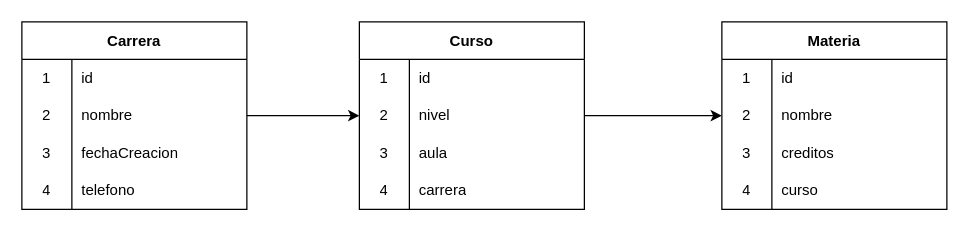
Earlier version of the draw.io diagram universidad.dio (xavii07/universidad-django). Source tidied: cells renumbered, new cells numbered last; positions are measured from the earlier drawing's top-left corner, leaving out a move shared by most shapes. Both pictures are drawn from the tidied source at 125%, with x=0, y=0 at pixel (21, 21).
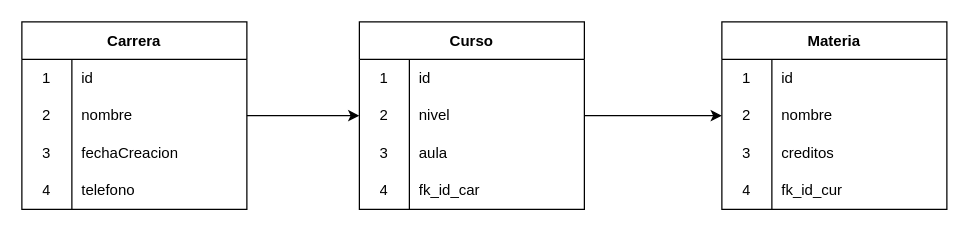
The same page after the edit.

Commit message (it also covers changes not shown here):
feat add model curso

Unchanged cells that the change refers to:
```xml
<mxCell id="25" style="shape=tableRow;horizontal=0;startSize=0;swimlaneHead=0;swimlaneBody=0;top=0;left=0;bottom=0;right=0;fillColor=none;" parent="15" vertex="1">
  <mxGeometry y="120" width="180" height="30" as="geometry" />
</mxCell>
<mxCell id="38" style="shape=tableRow;horizontal=0;startSize=0;swimlaneHead=0;swimlaneBody=0;top=0;left=0;bottom=0;right=0;fillColor=none;" parent="28" vertex="1">
  <mxGeometry y="120" width="180" height="30" as="geometry" />
</mxCell>
```

What changed in the source:
```diff
@@
-    <mxCell id="27" value="carrera" style="shape=partialRectangle;html=1;whiteSpace=wrap;fillColor=none;top=0;left=0;bottom=0;right=0;align=left;spacingLeft=6;overflow=hidden;" parent="25" vertex="1">
+    <mxCell id="27" value="fk_id_car" style="shape=partialRectangle;html=1;whiteSpace=wrap;fillColor=none;top=0;left=0;bottom=0;right=0;align=left;spacingLeft=6;overflow=hidden;" parent="25" vertex="1">
       <mxGeometry x="40" width="140" height="30" as="geometry" />
     </mxCell>
@@
-    <mxCell id="40" value="curso" style="shape=partialRectangle;html=1;whiteSpace=wrap;fillColor=none;top=0;left=0;bottom=0;right=0;align=left;spacingLeft=6;overflow=hidden;" parent="38" vertex="1">
+    <mxCell id="40" value="fk_id_cur" style="shape=partialRectangle;html=1;whiteSpace=wrap;fillColor=none;top=0;left=0;bottom=0;right=0;align=left;spacingLeft=6;overflow=hidden;" parent="38" vertex="1">
       <mxGeometry x="40" width="140" height="30" as="geometry" />
     </mxCell>
```
